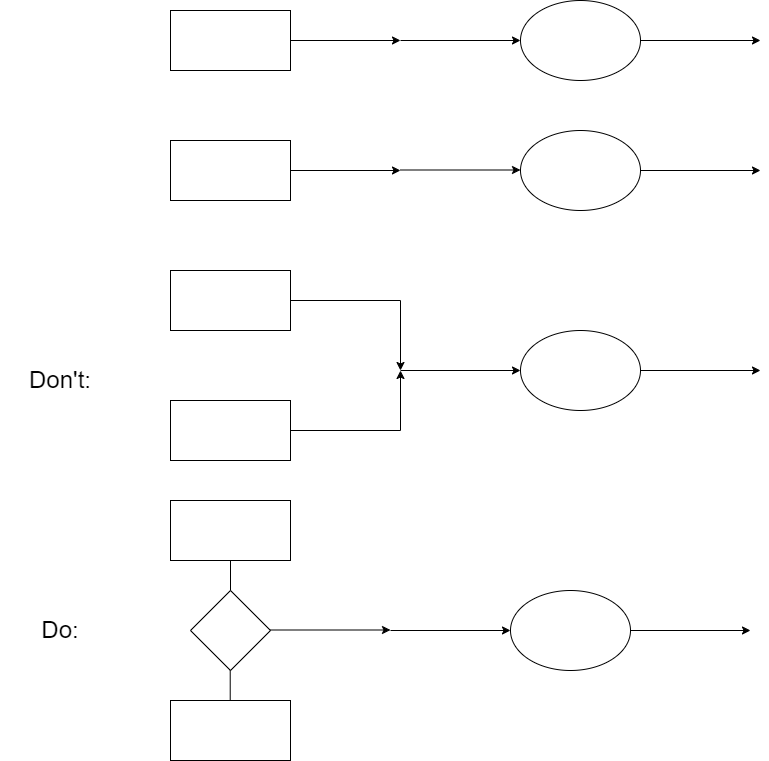
Above: Ví Dụ 1 (Chương 2).png in datnham0212/learning (draw.io), before the change. Source tidied: cells renumbered, new cells last; positions are measured from the earlier drawing's top-left corner, leaving out a move shared by most shapes.
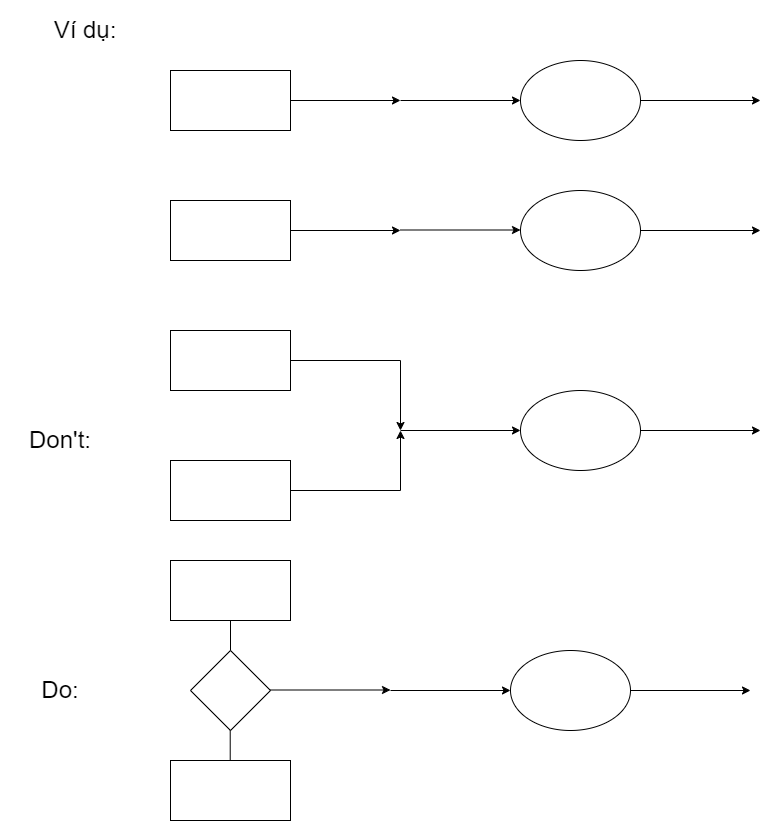
Above is the later version.

Diff of the diagram source:
```diff
@@ -122,5 +122,8 @@
     <mxCell id="29" value="Do:" style="text;html=1;strokeColor=none;fillColor=none;align=center;verticalAlign=middle;whiteSpace=wrap;rounded=0;fontSize=24;" parent="1" vertex="1">
       <mxGeometry y="590" width="120" height="80" as="geometry" />
     </mxCell>
+    <mxCell id="30" value="&lt;span style=&quot;font-size: 24px;&quot;&gt;Ví dụ:&lt;/span&gt;" style="text;html=1;strokeColor=none;fillColor=none;align=center;verticalAlign=middle;whiteSpace=wrap;rounded=0;" parent="1" vertex="1">
+      <mxGeometry x="10" y="-60" width="150" height="60" as="geometry" />
+    </mxCell>
   </root>
 </mxGraphModel>
```
